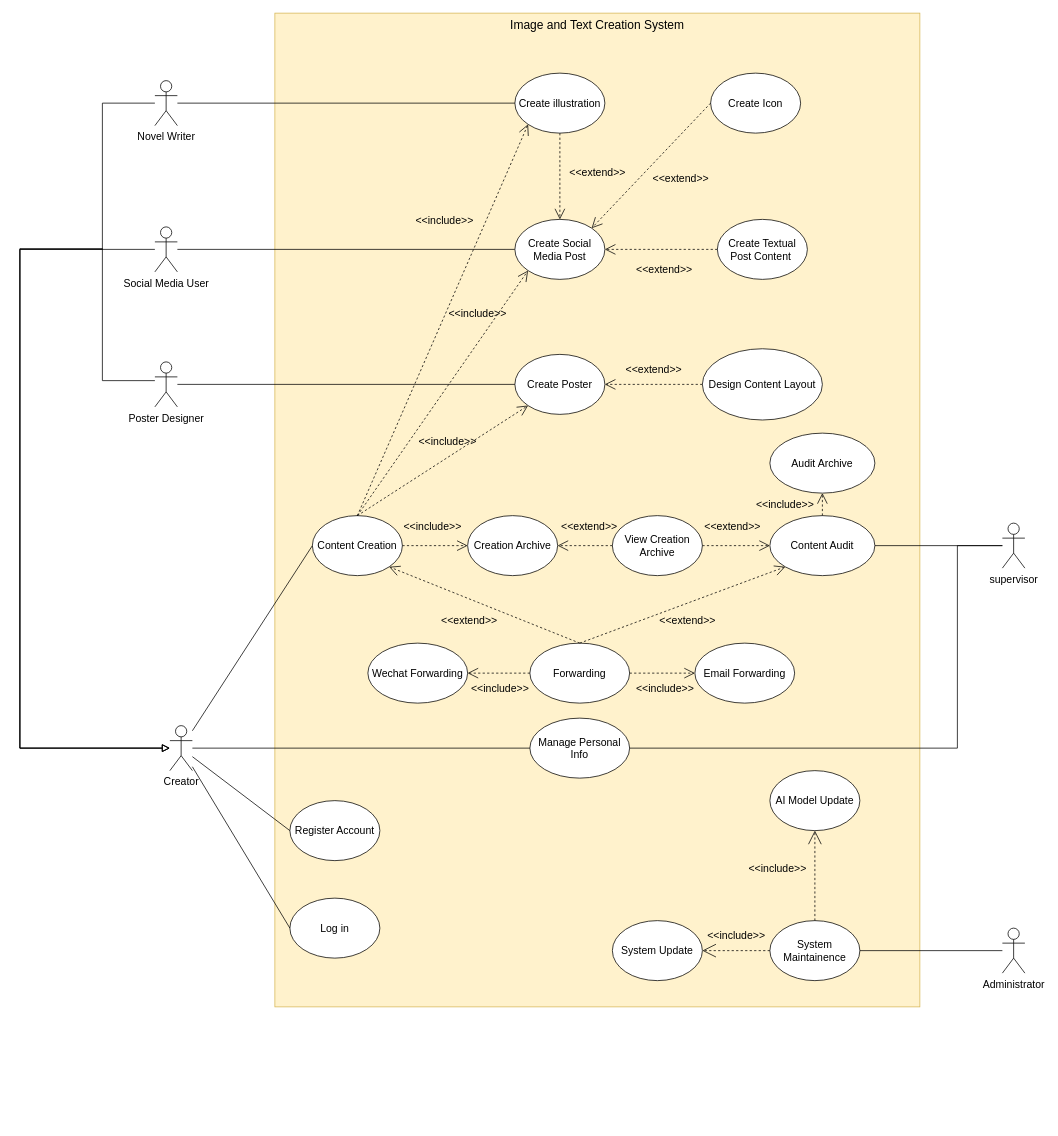
Before: Documentation/Use case diagram/use case diagram 20230915.drawio in Darrenchenn/Model-based-software-design, a draw.io diagram. Source tidied: cells renumbered, new cells numbered last; positions are measured from the earlier drawing's top-left corner, leaving out a move shared by most shapes. Both pictures are drawn from the tidied source at 75%, with x=0, y=0 at pixel (20, 13).
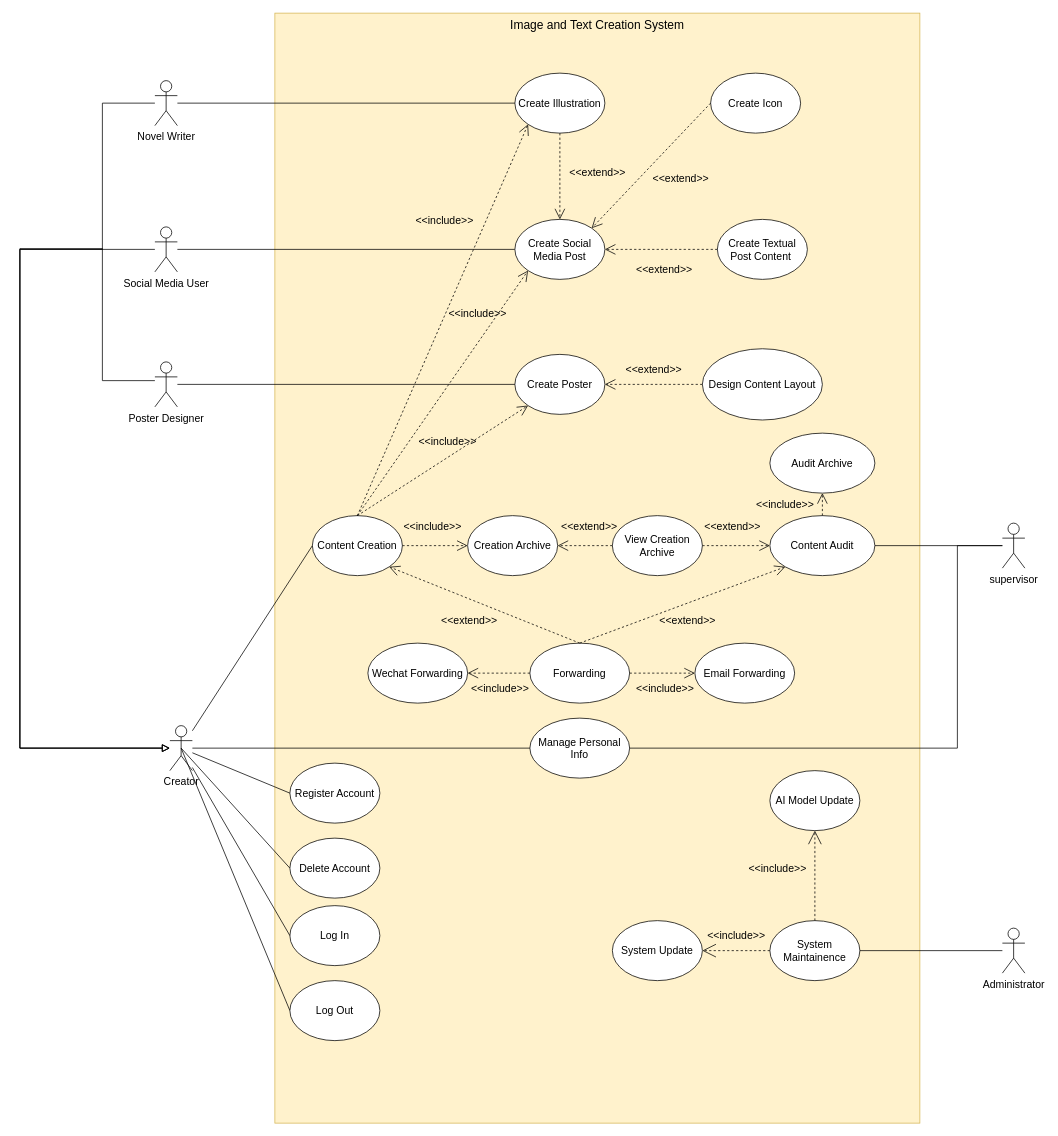
After the change.

Commit message:
alter user cade diagram-add use case

The change refers to these unchanged cells:
```xml
<mxCell id="37" value="Creator" style="shape=umlActor;verticalLabelPosition=bottom;verticalAlign=top;html=1;fontSize=14;" parent="1" vertex="1">
  <mxGeometry x="200" y="950" width="30" height="60" as="geometry" />
</mxCell>
```

What changed in the source:
```diff
@@
     <mxCell id="3" style="rounded=0;whiteSpace=wrap;html=1;fillColor=#fff2cc;strokeColor=#d6b656;fontSize=14;" parent="1" vertex="1">
-      <mxGeometry x="340" width="860" height="1325" as="geometry" />
+      <mxGeometry x="340" width="860" height="1480" as="geometry" />
     </mxCell>
@@
-    <mxCell id="5" value="Create illustration" style="ellipse;whiteSpace=wrap;html=1;fontSize=14;" parent="1" vertex="1">
+    <mxCell id="5" value="Create Illustration" style="ellipse;whiteSpace=wrap;html=1;fontSize=14;" parent="1" vertex="1">
       <mxGeometry x="660" y="80" width="120" height="80" as="geometry" />
     </mxCell>
@@
-    <mxCell id="7" value="Log in" style="ellipse;whiteSpace=wrap;html=1;fontSize=14;" parent="1" vertex="1">
-      <mxGeometry x="360" y="1180" width="120" height="80" as="geometry" />
+    <mxCell id="7" value="Log In" style="ellipse;whiteSpace=wrap;html=1;fontSize=14;" parent="1" vertex="1">
+      <mxGeometry x="360" y="1190" width="120" height="80" as="geometry" />
     </mxCell>
     <mxCell id="8" value="Register Account" style="ellipse;whiteSpace=wrap;html=1;fontSize=14;" parent="1" vertex="1">
-      <mxGeometry x="360" y="1050" width="120" height="80" as="geometry" />
+      <mxGeometry x="360" y="1000" width="120" height="80" as="geometry" />
     </mxCell>
@@
+    <mxCell id="60" style="rounded=0;jettySize=auto;html=1;exitX=0.5;exitY=0.5;exitDx=0;exitDy=0;exitPerimeter=0;entryX=0;entryY=0.5;entryDx=0;entryDy=0;endArrow=none;endFill=0;" parent="1" edge="1" source="37" target="62">
+      <mxGeometry relative="1" as="geometry" />
+    </mxCell>
+    <mxCell id="61" style="rounded=0;jettySize=auto;html=1;exitX=0.5;exitY=0.5;exitDx=0;exitDy=0;exitPerimeter=0;entryX=0;entryY=0.5;entryDx=0;entryDy=0;endArrow=none;endFill=0;" parent="1" edge="1" source="37" target="63">
+      <mxGeometry relative="1" as="geometry" />
+    </mxCell>
@@
+    <mxCell id="62" value="Delete Account" style="ellipse;whiteSpace=wrap;html=1;fontSize=14;" parent="1" vertex="1">
+      <mxGeometry x="360" y="1100" width="120" height="80" as="geometry" />
+    </mxCell>
+    <mxCell id="63" value="Log Out" style="ellipse;whiteSpace=wrap;html=1;fontSize=14;" parent="1" vertex="1">
+      <mxGeometry x="360" y="1290" width="120" height="80" as="geometry" />
+    </mxCell>
```
